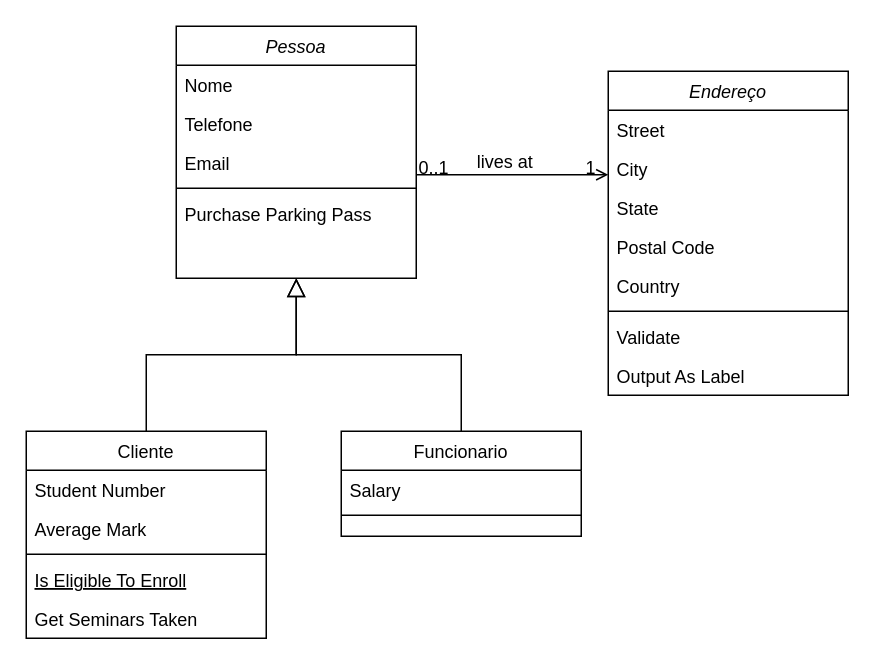
The draw.io diagram Diagrama sem nome.drawio in marinando/EstudoDeCaso1, before the edit. Source tidied: cells renumbered, new cells numbered last; positions are measured from the earlier drawing's top-left corner, leaving out a move shared by most shapes. Both pictures are drawn from the tidied source at 150%, with x=0, y=0 at pixel (26, 26).
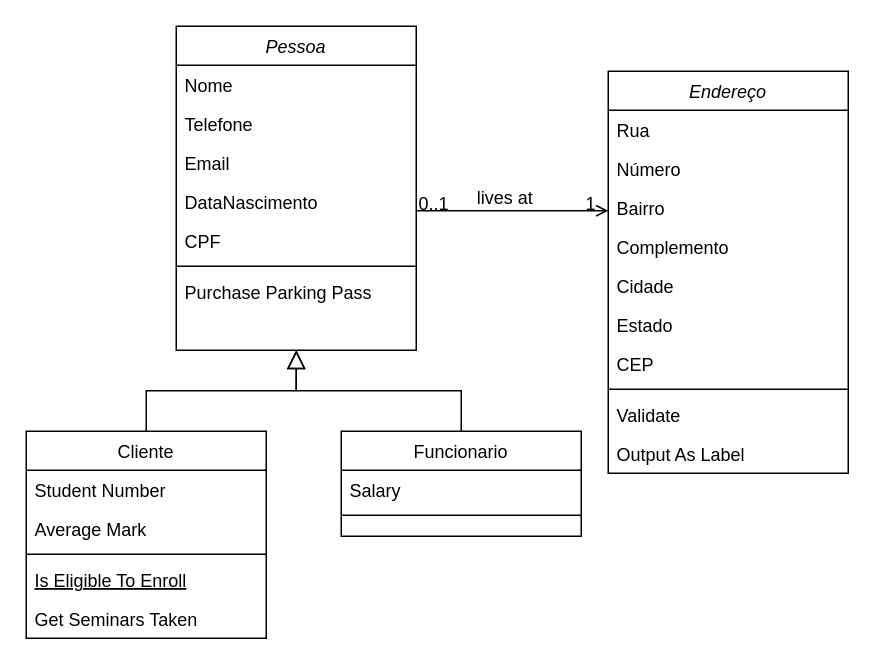
The same diagram, later.

What changed in the source:
```diff
@@
     <mxCell id="2" value="Pessoa" style="swimlane;fontStyle=2;align=center;verticalAlign=top;horizontal=1;startSize=26;rounded=0;shadow=0;strokeWidth=1;" parent="1" vertex="1">
-      <mxGeometry x="100" width="160" height="168" as="geometry" />
+      <mxGeometry x="100" width="160" height="216" as="geometry" />
     </mxCell>
@@
+    <mxCell id="32" value="DataNascimento" style="text;align=left;verticalAlign=top;spacingLeft=4;spacingRight=4;overflow=hidden;rounded=0;shadow=0;html=0;" parent="2" vertex="1">
+      <mxGeometry y="104" width="160" height="26" as="geometry" />
+    </mxCell>
+    <mxCell id="33" value="CPF" style="text;align=left;verticalAlign=top;spacingLeft=4;spacingRight=4;overflow=hidden;rounded=0;shadow=0;html=0;" parent="2" vertex="1">
+      <mxGeometry y="130" width="160" height="26" as="geometry" />
+    </mxCell>
     <mxCell id="6" style="line;html=1;strokeWidth=1;align=left;verticalAlign=middle;spacingTop=-1;spacingLeft=3;spacingRight=3;labelPosition=right;" parent="2" vertex="1">
-      <mxGeometry y="104" width="160" height="8" as="geometry" />
+      <mxGeometry y="156" width="160" height="8" as="geometry" />
     </mxCell>
     <mxCell id="7" value="Purchase Parking Pass" style="text;align=left;verticalAlign=top;spacingLeft=4;spacingRight=4;overflow=hidden;" parent="2" vertex="1">
-      <mxGeometry y="112" width="160" height="26" as="geometry" />
+      <mxGeometry y="164" width="160" height="26" as="geometry" />
     </mxCell>
@@
     <mxCell id="19" value="Endereço" style="swimlane;fontStyle=2;align=center;verticalAlign=top;horizontal=1;startSize=26;rounded=0;shadow=0;strokeWidth=1;" parent="1" vertex="1">
-      <mxGeometry x="388" y="30" width="160" height="216" as="geometry" />
+      <mxGeometry x="388" y="30" width="160" height="268" as="geometry" />
     </mxCell>
-    <mxCell id="20" value="Street" style="text;align=left;verticalAlign=top;spacingLeft=4;spacingRight=4;overflow=hidden;" parent="19" vertex="1">
+    <mxCell id="20" value="Rua&#10;" style="text;align=left;verticalAlign=top;spacingLeft=4;spacingRight=4;overflow=hidden;" parent="19" vertex="1">
       <mxGeometry y="26" width="160" height="26" as="geometry" />
     </mxCell>
+    <mxCell id="22" value="Número&#10;" style="text;align=left;verticalAlign=top;spacingLeft=4;spacingRight=4;overflow=hidden;rounded=0;shadow=0;html=0;" parent="19" vertex="1">
+      <mxGeometry y="52" width="160" height="26" as="geometry" />
+    </mxCell>
+    <mxCell id="34" value="Bairro" style="text;align=left;verticalAlign=top;spacingLeft=4;spacingRight=4;overflow=hidden;rounded=0;shadow=0;html=0;" parent="19" vertex="1">
+      <mxGeometry y="78" width="160" height="26" as="geometry" />
+    </mxCell>
+    <mxCell id="35" value="Complemento" style="text;align=left;verticalAlign=top;spacingLeft=4;spacingRight=4;overflow=hidden;rounded=0;shadow=0;html=0;" parent="19" vertex="1">
+      <mxGeometry y="104" width="160" height="26" as="geometry" />
+    </mxCell>
-    <mxCell id="21" value="City" style="text;align=left;verticalAlign=top;spacingLeft=4;spacingRight=4;overflow=hidden;rounded=0;shadow=0;html=0;" parent="19" vertex="1">
-      <mxGeometry y="52" width="160" height="26" as="geometry" />
+    <mxCell id="21" value="Cidade" style="text;align=left;verticalAlign=top;spacingLeft=4;spacingRight=4;overflow=hidden;rounded=0;shadow=0;html=0;" parent="19" vertex="1">
+      <mxGeometry y="130" width="160" height="26" as="geometry" />
     </mxCell>
-    <mxCell id="22" value="State" style="text;align=left;verticalAlign=top;spacingLeft=4;spacingRight=4;overflow=hidden;rounded=0;shadow=0;html=0;" parent="19" vertex="1">
-      <mxGeometry y="78" width="160" height="26" as="geometry" />
-    </mxCell>
+    <mxCell id="36" value="Estado" style="text;align=left;verticalAlign=top;spacingLeft=4;spacingRight=4;overflow=hidden;rounded=0;shadow=0;html=0;" parent="19" vertex="1">
+      <mxGeometry y="156" width="160" height="26" as="geometry" />
+    </mxCell>
-    <mxCell id="23" value="Postal Code" style="text;align=left;verticalAlign=top;spacingLeft=4;spacingRight=4;overflow=hidden;rounded=0;shadow=0;html=0;" parent="19" vertex="1">
-      <mxGeometry y="104" width="160" height="26" as="geometry" />
+    <mxCell id="23" value="CEP" style="text;align=left;verticalAlign=top;spacingLeft=4;spacingRight=4;overflow=hidden;rounded=0;shadow=0;html=0;" parent="19" vertex="1">
+      <mxGeometry y="182" width="160" height="26" as="geometry" />
     </mxCell>
-    <mxCell id="24" value="Country" style="text;align=left;verticalAlign=top;spacingLeft=4;spacingRight=4;overflow=hidden;rounded=0;shadow=0;html=0;" parent="19" vertex="1">
-      <mxGeometry y="130" width="160" height="26" as="geometry" />
-    </mxCell>
     <mxCell id="25" style="line;html=1;strokeWidth=1;align=left;verticalAlign=middle;spacingTop=-1;spacingLeft=3;spacingRight=3;labelPosition=right;" parent="19" vertex="1">
-      <mxGeometry y="156" width="160" height="8" as="geometry" />
+      <mxGeometry y="208" width="160" height="8" as="geometry" />
     </mxCell>
     <mxCell id="26" value="Validate" style="text;align=left;verticalAlign=top;spacingLeft=4;spacingRight=4;overflow=hidden;" parent="19" vertex="1">
-      <mxGeometry y="164" width="160" height="26" as="geometry" />
+      <mxGeometry y="216" width="160" height="26" as="geometry" />
     </mxCell>
     <mxCell id="27" value="Output As Label" style="text;align=left;verticalAlign=top;spacingLeft=4;spacingRight=4;overflow=hidden;" parent="19" vertex="1">
-      <mxGeometry y="190" width="160" height="26" as="geometry" />
+      <mxGeometry y="242" width="160" height="26" as="geometry" />
     </mxCell>
```
